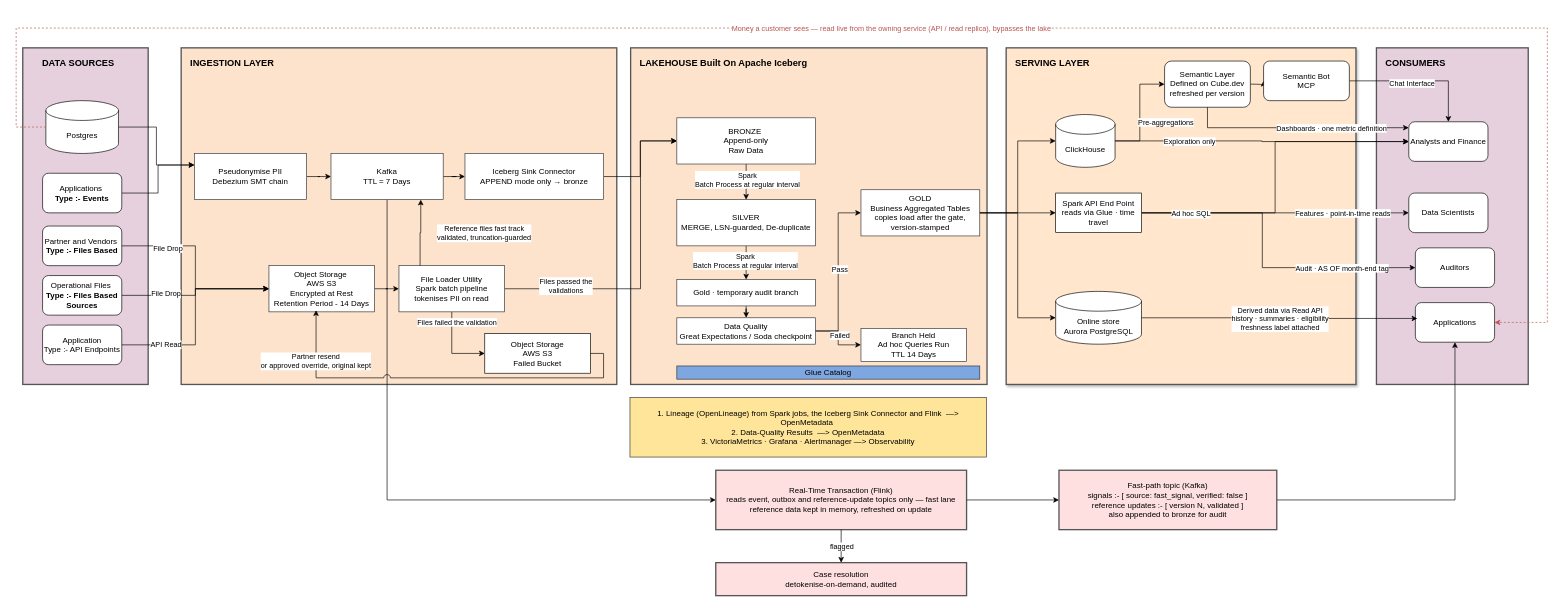
Above: docs/architecture/lakehouse_architecture.drawio in FlowDrafts/lakehouse-data-platform (draw.io), before the change. Source tidied: cells renumbered, new cells numbered last; positions are measured from the earlier drawing's top-left corner, leaving out a move shared by most shapes. Both pictures are drawn from the tidied source at 66%, with x=0, y=0 at pixel (16, 28).
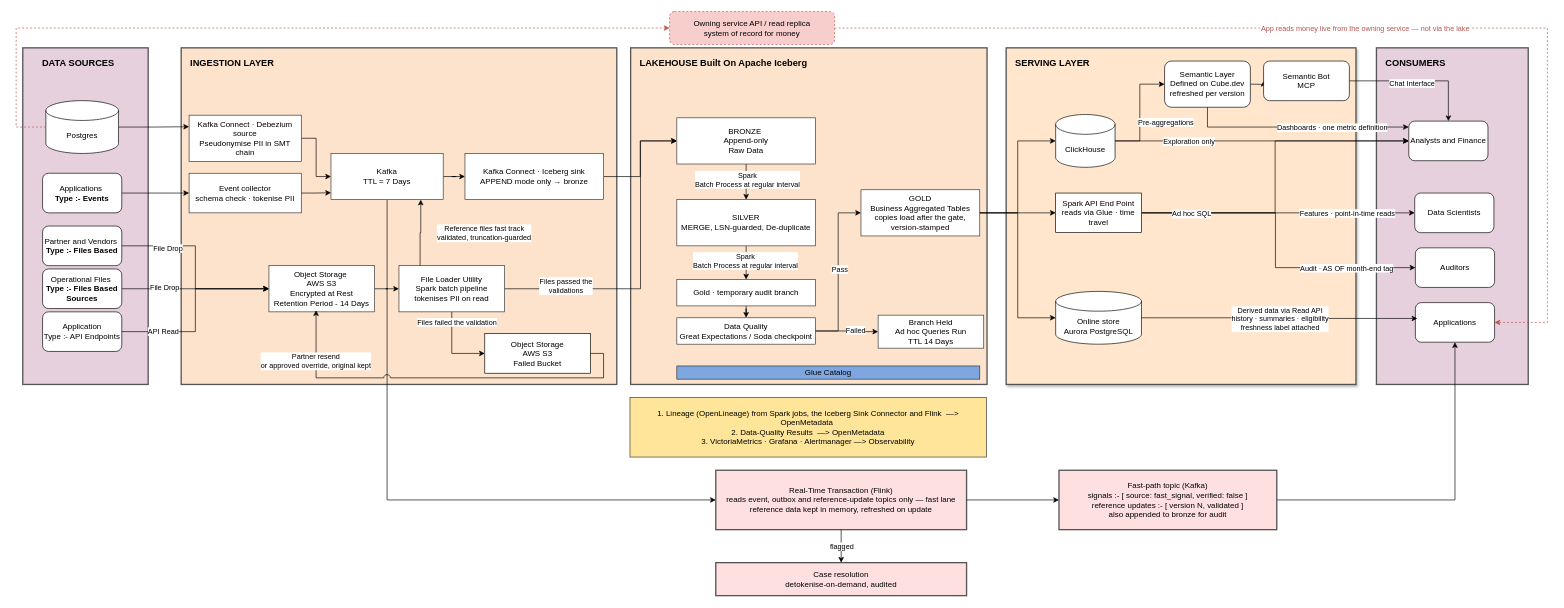
The same page after the edit.

Commit message (it also covers changes not shown here):
Correct the ingestion and money paths in the diagrams; tokenise app events at the collector

Unchanged cells that the change refers to:
```xml
<mxCell id="13" value="Kafka&lt;br&gt;TTL = 7 Days" style="rounded=0;whiteSpace=wrap;html=1;fillColor=#ffffff;strokeColor=#333333;fontSize=12;align=center;verticalAlign=middle;" parent="1" vertex="1">
  <mxGeometry x="477" y="190" width="170" height="70" as="geometry" />
</mxCell>
<mxCell id="32" style="edgeStyle=orthogonalEdgeStyle;rounded=0;jettySize=auto;html=1;entryX=0;entryY=0.5;entryDx=0;entryDy=0;" parent="1" edge="1" source="36" target="37">
  <mxGeometry relative="1" as="geometry" />
</mxCell>
<mxCell id="44" value="Spark API End Point&lt;div&gt;reads via Glue · time travel&lt;/div&gt;" style="rounded=0;whiteSpace=wrap;html=1;" parent="1" vertex="1">
  <mxGeometry x="1575" y="250" width="130" height="60" as="geometry" />
</mxCell>
<mxCell id="53" value="Postgres" style="shape=cylinder3;whiteSpace=wrap;html=1;boundedLbl=1;backgroundOutline=1;size=15;" parent="1" vertex="1">
  <mxGeometry x="45" y="110" width="110" height="80" as="geometry" />
</mxCell>
<mxCell id="55" value="Applications&amp;nbsp;&lt;div&gt;&lt;b&gt;Type :- Events&lt;/b&gt;&lt;/div&gt;" style="rounded=1;whiteSpace=wrap;html=1;" parent="1" vertex="1">
  <mxGeometry x="40" y="220" width="120" height="60" as="geometry" />
</mxCell>
<mxCell id="63" value="Auditors" style="rounded=1;whiteSpace=wrap;html=1;" parent="1" vertex="1">
  <mxGeometry x="2120" y="333" width="120" height="60" as="geometry" />
</mxCell>
<mxCell id="64" value="Applications" style="rounded=1;whiteSpace=wrap;html=1;" parent="1" vertex="1">
  <mxGeometry x="2120" y="416" width="120" height="60" as="geometry" />
</mxCell>
```

Diff of the diagram source:
```diff
@@
-    <mxCell id="8" value="Pseudonymise PII&lt;br&gt;Debezium SMT chain" style="rounded=0;whiteSpace=wrap;html=1;fillColor=#ffffff;strokeColor=#333333;fontSize=12;align=center;verticalAlign=middle;" parent="1" vertex="1">
-      <mxGeometry x="270" y="190" width="170" height="70" as="geometry" />
+    <mxCell id="8" value="Kafka Connect · Debezium source&lt;br&gt;Pseudonymise PII in SMT chain" style="rounded=0;whiteSpace=wrap;html=1;fillColor=#ffffff;strokeColor=#333333;fontSize=12;align=center;verticalAlign=middle;" parent="1" vertex="1">
+      <mxGeometry x="262" y="132" width="170" height="70" as="geometry" />
     </mxCell>
@@
-    <mxCell id="15" value="Iceberg Sink Connector&#10;APPEND mode only → bronze" style="rounded=0;whiteSpace=wrap;html=1;fillColor=#ffffff;strokeColor=#333333;fontSize=12;align=center;verticalAlign=middle;" parent="1" vertex="1">
+    <mxCell id="15" value="Kafka Connect · Iceberg sink&#10;APPEND mode only → bronze" style="rounded=0;whiteSpace=wrap;html=1;fillColor=#ffffff;strokeColor=#333333;fontSize=12;align=center;verticalAlign=middle;" parent="1" vertex="1">
       <mxGeometry x="680" y="190" width="210" height="70" as="geometry" />
     </mxCell>
@@
     <mxCell id="33" value="Failed" style="edgeLabel;html=1;align=center;verticalAlign=middle;" parent="32" vertex="1">
-      <mxGeometry x="-0.09" y="2" relative="1" as="geometry" />
+      <mxGeometry x="-0.09" y="2" relative="1" as="geometry">
+        <mxPoint x="16" as="offset" />
+      </mxGeometry>
     </mxCell>
@@
     <mxCell id="37" value="Branch Held&lt;br&gt;Ad hoc Queries Run&lt;div&gt;&lt;div&gt;TTL 14 Days&lt;/div&gt;&lt;/div&gt;" style="rounded=0;whiteSpace=wrap;html=1;fillColor=#ffffff;strokeColor=#333333;fontSize=12;align=center;verticalAlign=middle;" parent="1" vertex="1">
-      <mxGeometry x="1280" y="455" width="160" height="50" as="geometry" />
+      <mxGeometry x="1306" y="435" width="160" height="50" as="geometry" />
     </mxCell>
@@
     <mxCell id="40" style="edgeStyle=orthogonalEdgeStyle;rounded=0;jettySize=auto;html=1;exitX=1;exitY=0.5;exitDx=0;exitDy=0;entryX=0;entryY=0.5;entryDx=0;entryDy=0;" parent="1" edge="1" source="44" target="63">
-      <mxGeometry relative="1" as="geometry">
+      <mxGeometry x="0.02" relative="1" as="geometry">
         <Array as="points">
-          <mxPoint x="1888.1" y="280.1" />
-          <mxPoint x="1888.1" y="363" />
+          <mxPoint x="1908" y="280" />
+          <mxPoint x="1908" y="363" />
         </Array>
       </mxGeometry>
     </mxCell>
     <mxCell id="41" value="Audit · AS OF month-end tag" style="edgeLabel;html=1;align=center;verticalAlign=middle;" parent="40" vertex="1">
-      <mxGeometry x="0.55" relative="1" as="geometry" />
+      <mxGeometry x="0.58" relative="1" as="geometry" />
     </mxCell>
@@
-    <mxCell id="54" style="edgeStyle=orthogonalEdgeStyle;rounded=0;jettySize=auto;html=1;entryX=0;entryY=0.25;entryDx=0;entryDy=0;flowAnimation=1;" parent="1" edge="1" source="55" target="8">
+    <mxCell id="54" style="edgeStyle=orthogonalEdgeStyle;rounded=0;jettySize=auto;html=1;entryX=0;entryY=0.5;entryDx=0;entryDy=0;flowAnimation=1;" parent="1" edge="1" source="55" target="94">
       <mxGeometry relative="1" as="geometry" />
     </mxCell>
@@
     <mxCell id="61" value="Operational Files&amp;nbsp;&lt;div&gt;&lt;span style=&quot;background-color: transparent; color: light-dark(rgb(0, 0, 0), rgb(255, 255, 255));&quot;&gt;&lt;b&gt;Type :- Files Based Sources&lt;/b&gt;&lt;/span&gt;&lt;/div&gt;" style="rounded=1;whiteSpace=wrap;html=1;" parent="1" vertex="1">
-      <mxGeometry x="40" y="375" width="120" height="60" as="geometry" />
+      <mxGeometry x="40" y="365" width="120" height="60" as="geometry" />
     </mxCell>
     <mxCell id="62" value="Analysts and Finance" style="rounded=1;whiteSpace=wrap;html=1;" parent="1" vertex="1">
-      <mxGeometry x="2110" y="142" width="120" height="60" as="geometry" />
+      <mxGeometry x="2110" y="141" width="120" height="60" as="geometry" />
     </mxCell>
@@
     <mxCell id="65" value="Data Scientists" style="rounded=1;whiteSpace=wrap;html=1;" parent="1" vertex="1">
-      <mxGeometry x="2110" y="250" width="120" height="60" as="geometry" />
+      <mxGeometry x="2119" y="250" width="120" height="60" as="geometry" />
     </mxCell>
@@
     <mxCell id="77" value="Application&lt;div&gt;Type :- API Endpoints&lt;/div&gt;" style="rounded=1;whiteSpace=wrap;html=1;" parent="1" vertex="1">
-      <mxGeometry x="40" y="450" width="120" height="60" as="geometry" />
+      <mxGeometry x="40" y="430" width="120" height="60" as="geometry" />
     </mxCell>
@@
-    <mxCell id="83" style="edgeStyle=orthogonalEdgeStyle;rounded=0;jettySize=auto;html=1;dashed=1;strokeColor=#b85450;exitX=0;exitY=0.5;exitDx=0;exitDy=0;entryX=1;entryY=0.5;entryDx=0;entryDy=0;" parent="1" edge="1" source="53" target="64">
+    <mxCell id="83" style="edgeStyle=orthogonalEdgeStyle;rounded=0;jettySize=auto;html=1;dashed=1;strokeColor=#b85450;exitX=1;exitY=0.5;exitDx=0;exitDy=0;entryX=1;entryY=0.5;entryDx=0;entryDy=0;" parent="1" edge="1" source="96" target="64">
       <mxGeometry relative="1" as="geometry">
         <Array as="points">
-          <mxPoint y="150" />
-          <mxPoint />
           <mxPoint x="2320" />
           <mxPoint x="2320" y="446" />
         </Array>
       </mxGeometry>
     </mxCell>
-    <mxCell id="84" value="Money a customer sees — read live from the owning service (API / read replica), bypasses the lake" style="edgeLabel;html=1;align=center;verticalAlign=middle;fontColor=#b85450;" parent="83" vertex="1">
+    <mxCell id="84" value="App reads money live from the owning service — not via the lake" style="edgeLabel;html=1;align=center;verticalAlign=middle;fontColor=#b85450;" parent="83" vertex="1">
       <mxGeometry relative="1" as="geometry" />
     </mxCell>
@@
+    <mxCell id="94" value="Event collector&lt;br&gt;schema check · tokenise PII" style="rounded=0;whiteSpace=wrap;html=1;fillColor=#ffffff;strokeColor=#333333;fontSize=12;align=center;verticalAlign=middle;" parent="1" vertex="1">
+      <mxGeometry x="262" y="220" width="170" height="60" as="geometry" />
+    </mxCell>
+    <mxCell id="95" style="edgeStyle=orthogonalEdgeStyle;rounded=0;jettySize=auto;html=1;exitX=1;exitY=0.5;exitDx=0;exitDy=0;entryX=0;entryY=0.85;entryDx=0;entryDy=0;flowAnimation=1;" parent="1" edge="1" source="94" target="13">
+      <mxGeometry relative="1" as="geometry" />
+    </mxCell>
+    <mxCell id="96" value="Owning service API / read replica&lt;br&gt;system of record for money" style="rounded=1;whiteSpace=wrap;html=1;fillColor=#f8cecc;strokeColor=#b85450;dashed=1;fontSize=12;align=center;verticalAlign=middle;" parent="1" vertex="1">
+      <mxGeometry x="990" y="-25" width="250" height="50" as="geometry" />
+    </mxCell>
+    <mxCell id="97" style="edgeStyle=orthogonalEdgeStyle;rounded=0;jettySize=auto;html=1;dashed=1;strokeColor=#b85450;exitX=0;exitY=0.5;exitDx=0;exitDy=0;entryX=0;entryY=0.5;entryDx=0;entryDy=0;" parent="1" edge="1" source="53" target="96">
+      <mxGeometry relative="1" as="geometry">
+        <Array as="points">
+          <mxPoint y="150" />
+          <mxPoint />
+        </Array>
+      </mxGeometry>
+    </mxCell>
```
